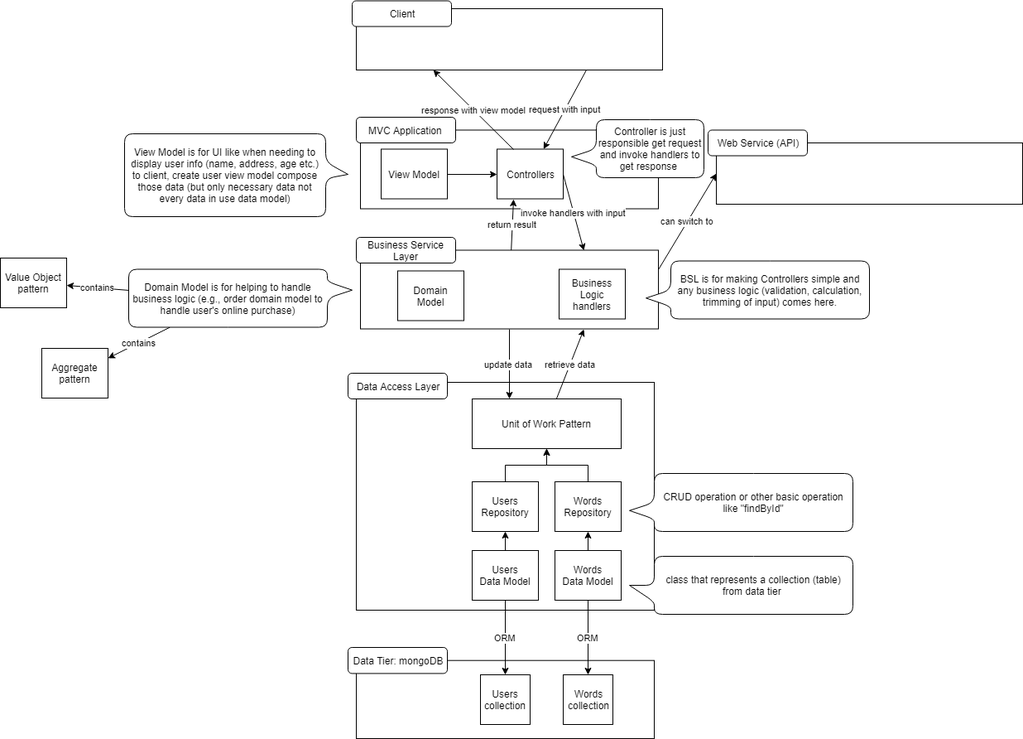
Above: vocabs.png in stsiwo/vocabs (draw.io), before the change. Source tidied: cells renumbered, new cells last; positions are measured from the earlier drawing's top-left corner, leaving out a move shared by most shapes.
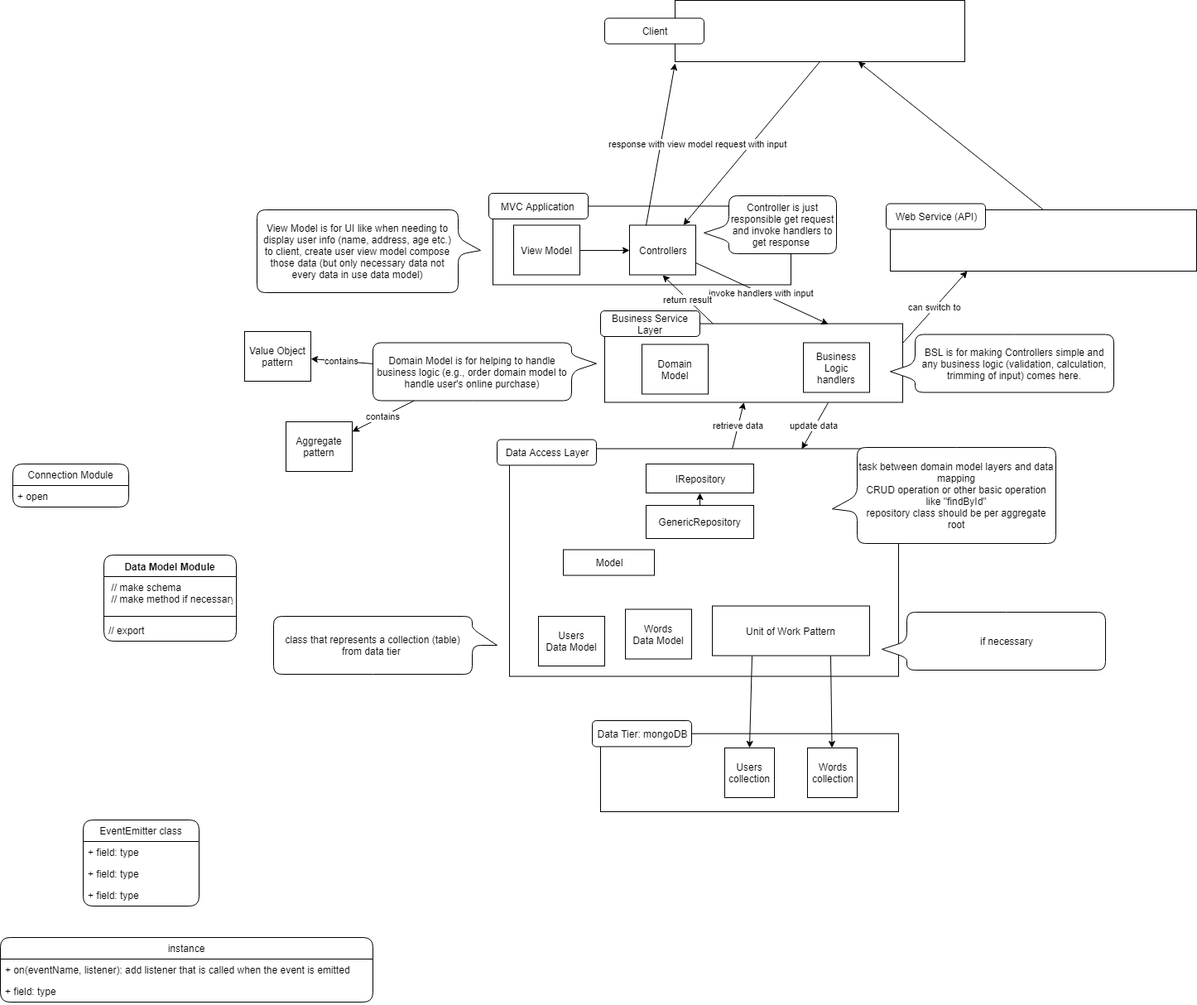
Above is the later version.

The edit, as a diff of the source:
```diff
@@ -3,38 +3,20 @@
     <mxCell id="0" />
     <mxCell id="1" parent="0" />
     <mxCell id="2" style="group;" parent="1" vertex="1">
-      <mxGeometry x="420" y="590" width="370" height="145" as="geometry" />
+      <mxGeometry x="420" y="581.5" width="370" height="145" as="geometry" />
     </mxCell>
     <mxCell id="3" style="rounded=0;whiteSpace=wrap;html=1;" parent="2" vertex="1">
-      <mxGeometry x="10" y="-130" width="360" height="275" as="geometry" />
+      <mxGeometry x="-100" y="-130" width="470" height="275" as="geometry" />
     </mxCell>
-    <mxCell id="4" style="edgeStyle=orthogonalEdgeStyle;rounded=0;html=1;exitX=0.5;exitY=0;jettySize=auto;" parent="2" edge="1" source="5" target="7">
-      <mxGeometry relative="1" as="geometry" />
-    </mxCell>
-    <mxCell id="5" value="Users&lt;br&gt;Data Model&lt;br&gt;" style="rounded=0;whiteSpace=wrap;html=1;" parent="2" vertex="1">
-      <mxGeometry x="150" y="73" width="80" height="60" as="geometry" />
-    </mxCell>
-    <mxCell id="6" style="edgeStyle=orthogonalEdgeStyle;rounded=0;html=1;exitX=0.5;exitY=0;jettySize=auto;" parent="2" edge="1" source="7" target="12">
-      <mxGeometry relative="1" as="geometry" />
-    </mxCell>
-    <mxCell id="7" value="Users&lt;br&gt;Repository&lt;br&gt;" style="rounded=0;whiteSpace=wrap;html=1;" parent="2" vertex="1">
-      <mxGeometry x="150" y="-10" width="80" height="60" as="geometry" />
-    </mxCell>
     <mxCell id="8" value="Words&lt;br&gt;Data Model&lt;br&gt;" style="rounded=0;whiteSpace=wrap;html=1;" parent="2" vertex="1">
-      <mxGeometry x="250" y="73" width="80" height="60" as="geometry" />
+      <mxGeometry x="40" y="64" width="80" height="60" as="geometry" />
     </mxCell>
-    <mxCell id="9" style="edgeStyle=orthogonalEdgeStyle;rounded=0;html=1;exitX=0.5;exitY=0;jettySize=auto;" parent="2" edge="1" source="10" target="12">
-      <mxGeometry relative="1" as="geometry" />
-    </mxCell>
-    <mxCell id="10" value="Words&lt;br&gt;Repository&lt;br&gt;" style="rounded=0;whiteSpace=wrap;html=1;" parent="2" vertex="1">
-      <mxGeometry x="250" y="-10" width="80" height="60" as="geometry" />
-    </mxCell>
-    <mxCell id="11" style="edgeStyle=orthogonalEdgeStyle;rounded=0;html=1;exitX=0.5;exitY=0;jettySize=auto;" parent="2" edge="1" source="8" target="10">
-      <mxGeometry relative="1" as="geometry" />
-    </mxCell>
     <mxCell id="12" value="Unit of Work Pattern" style="rounded=0;whiteSpace=wrap;html=1;" parent="2" vertex="1">
-      <mxGeometry x="150" y="-110" width="180" height="60" as="geometry" />
+      <mxGeometry x="145" y="60" width="190" height="60" as="geometry" />
     </mxCell>
+    <mxCell id="18" value="Data Access Layer" style="rounded=1;whiteSpace=wrap;html=1;" parent="2" vertex="1">
+      <mxGeometry x="-115" y="-141" width="120" height="31" as="geometry" />
+    </mxCell>
     <mxCell id="13" style="group;" parent="1" vertex="1">
       <mxGeometry x="420" y="780" width="370" height="110" as="geometry" />
     </mxCell>
@@ -50,14 +32,11 @@
     <mxCell id="17" value="Words&lt;br&gt;collection" style="rounded=0;whiteSpace=wrap;html=1;" parent="13" vertex="1">
       <mxGeometry x="260" y="33" width="60" height="60" as="geometry" />
     </mxCell>
-    <mxCell id="18" value="Data Access Layer" style="rounded=1;whiteSpace=wrap;html=1;" parent="1" vertex="1">
-      <mxGeometry x="420" y="449" width="120" height="31" as="geometry" />
-    </mxCell>
-    <mxCell id="19" value="class that represents a collection (table) from data tier&amp;nbsp;" style="shape=callout;whiteSpace=wrap;html=1;perimeter=calloutPerimeter;rounded=1;direction=south;" parent="1" vertex="1">
-      <mxGeometry x="760" y="670" width="270" height="70" as="geometry" />
+    <mxCell id="19" value="class that represents a collection (table) from data tier&amp;nbsp;" style="shape=callout;whiteSpace=wrap;html=1;perimeter=calloutPerimeter;rounded=1;direction=north;" parent="1" vertex="1">
+      <mxGeometry x="35" y="654" width="270" height="70" as="geometry" />
     </mxCell>
-    <mxCell id="20" value="CRUD operation or other basic operation like &quot;findById&quot;" style="shape=callout;whiteSpace=wrap;html=1;perimeter=calloutPerimeter;rounded=1;direction=south;position2=0.64;" parent="1" vertex="1">
-      <mxGeometry x="760" y="570" width="270" height="70" as="geometry" />
+    <mxCell id="20" value="task between domain model layers and data mapping&lt;br&gt;CRUD operation or other basic operation like &quot;findById&quot;&lt;br&gt;repository class should be per aggregate root&lt;br&gt;" style="shape=callout;whiteSpace=wrap;html=1;perimeter=calloutPerimeter;rounded=1;direction=south;position2=0.64;" parent="1" vertex="1">
+      <mxGeometry x="710" y="450" width="270" height="116" as="geometry" />
     </mxCell>
     <mxCell id="21" style="group;" parent="1" vertex="1">
       <mxGeometry x="425" y="250.5" width="370" height="149.5" as="geometry" />
@@ -74,62 +53,58 @@
     <mxCell id="25" value="Business Service Layer" style="rounded=1;whiteSpace=wrap;html=1;" parent="21" vertex="1">
       <mxGeometry x="5" y="34.5" width="120" height="31" as="geometry" />
     </mxCell>
-    <mxCell id="26" value="ORM" style="edgeStyle=orthogonalEdgeStyle;rounded=0;html=1;exitX=0.5;exitY=1;jettySize=auto;" parent="1" edge="1" source="5" target="16">
-      <mxGeometry relative="1" as="geometry" />
-    </mxCell>
-    <mxCell id="27" value="ORM" style="rounded=0;html=1;jettySize=auto;" parent="1" edge="1" source="8" target="17">
-      <mxGeometry relative="1" as="geometry" />
-    </mxCell>
-    <mxCell id="28" value="update data&amp;nbsp;" style="edgeStyle=none;rounded=0;html=1;exitX=0.5;exitY=1;jettySize=auto;entryX=0.25;entryY=0;" parent="1" edge="1" source="22" target="12">
+    <mxCell id="28" value="update data&amp;nbsp;" style="edgeStyle=none;rounded=0;html=1;exitX=0.75;exitY=1;jettySize=auto;entryX=0.75;entryY=0;" parent="1" edge="1" source="22" target="3">
       <mxGeometry relative="1" as="geometry" />
     </mxCell>
-    <mxCell id="29" value="retrieve data" style="edgeStyle=none;rounded=0;html=1;entryX=0.75;entryY=1;jettySize=auto;" parent="1" edge="1" source="12" target="22">
+    <mxCell id="29" value="retrieve data" style="edgeStyle=none;rounded=0;html=1;jettySize=auto;" parent="1" edge="1" source="3" target="22">
       <mxGeometry relative="1" as="geometry" />
     </mxCell>
     <mxCell id="30" style="group;" parent="1" vertex="1">
       <mxGeometry x="425" y="105.5" width="370" height="145" as="geometry" />
     </mxCell>
     <mxCell id="31" style="rounded=0;whiteSpace=wrap;html=1;" parent="30" vertex="1">
-      <mxGeometry x="10" y="50" width="360" height="95" as="geometry" />
+      <mxGeometry x="-125" y="53" width="360" height="95" as="geometry" />
     </mxCell>
     <mxCell id="32" style="edgeStyle=none;rounded=0;html=1;exitX=1;exitY=0.5;entryX=0;entryY=0.5;jettySize=auto;" parent="30" edge="1" source="33" target="34">
       <mxGeometry relative="1" as="geometry" />
     </mxCell>
     <mxCell id="33" value="View Model" style="rounded=0;whiteSpace=wrap;html=1;" parent="30" vertex="1">
-      <mxGeometry x="35" y="73" width="80" height="60" as="geometry" />
+      <mxGeometry x="-100" y="76" width="80" height="60" as="geometry" />
     </mxCell>
     <mxCell id="34" value="Controllers" style="rounded=0;whiteSpace=wrap;html=1;" parent="30" vertex="1">
-      <mxGeometry x="175" y="73" width="80" height="60" as="geometry" />
+      <mxGeometry x="40" y="76" width="80" height="60" as="geometry" />
     </mxCell>
     <mxCell id="35" value="MVC Application&amp;nbsp;" style="rounded=1;whiteSpace=wrap;html=1;" parent="30" vertex="1">
-      <mxGeometry x="5" y="34.5" width="120" height="31" as="geometry" />
+      <mxGeometry x="-130" y="37.5" width="120" height="31" as="geometry" />
     </mxCell>
-    <mxCell id="36" value="request with input" style="edgeStyle=none;rounded=0;html=1;exitX=0.75;exitY=1;jettySize=auto;" parent="1" edge="1" source="37" target="34">
+    <mxCell id="36" value="request with input" style="edgeStyle=none;rounded=0;html=1;jettySize=auto;exitX=0.5;exitY=1;" parent="1" edge="1" source="37" target="34">
       <mxGeometry relative="1" as="geometry" />
     </mxCell>
     <mxCell id="37" style="rounded=0;whiteSpace=wrap;html=1;" parent="1" vertex="1">
-      <mxGeometry x="430" y="9" width="370" height="74" as="geometry" />
+      <mxGeometry x="520" y="-90" width="350" height="74" as="geometry" />
     </mxCell>
     <mxCell id="38" value="Client" style="rounded=1;whiteSpace=wrap;html=1;" parent="1" vertex="1">
-      <mxGeometry x="425" y="-0.5" width="120" height="31" as="geometry" />
+      <mxGeometry x="435" y="-68.5" width="120" height="31" as="geometry" />
     </mxCell>
-    <mxCell id="39" value="invoke handlers with input" style="edgeStyle=none;rounded=0;html=1;exitX=1;exitY=0.5;entryX=0.75;entryY=0;jettySize=auto;" parent="1" edge="1" source="34" target="22">
+    <mxCell id="39" value="invoke handlers with input" style="edgeStyle=none;rounded=0;html=1;exitX=1;exitY=0.75;entryX=0.75;entryY=0;jettySize=auto;" parent="1" edge="1" source="34" target="22">
       <mxGeometry relative="1" as="geometry" />
     </mxCell>
-    <mxCell id="40" value="return result" style="edgeStyle=none;rounded=0;html=1;jettySize=auto;entryX=0.25;entryY=1;" parent="1" edge="1" source="22" target="34">
+    <mxCell id="40" value="return result" style="edgeStyle=none;rounded=0;html=1;jettySize=auto;entryX=0.5;entryY=1;" parent="1" edge="1" source="22" target="34">
       <mxGeometry relative="1" as="geometry" />
     </mxCell>
-    <mxCell id="41" value="response with view model" style="edgeStyle=none;rounded=0;html=1;exitX=0.25;exitY=0;entryX=0.25;entryY=1;jettySize=auto;" parent="1" edge="1" source="34" target="37">
-      <mxGeometry relative="1" as="geometry" />
+    <mxCell id="41" value="response with view model" style="edgeStyle=none;rounded=0;html=1;exitX=0.25;exitY=0;jettySize=auto;" parent="1" edge="1" source="34">
+      <mxGeometry relative="1" as="geometry">
+        <mxPoint x="520" y="-14" as="targetPoint" />
+      </mxGeometry>
     </mxCell>
     <mxCell id="42" value="BSL is for making Controllers simple and any business logic (validation, calculation, trimming of input) comes here." style="shape=callout;whiteSpace=wrap;html=1;perimeter=calloutPerimeter;rounded=1;direction=south;position2=0.64;" parent="1" vertex="1">
       <mxGeometry x="780" y="313.5" width="270" height="70" as="geometry" />
     </mxCell>
     <mxCell id="43" value="Controller is just responsible get request and invoke handlers to get response&amp;nbsp;" style="shape=callout;whiteSpace=wrap;html=1;perimeter=calloutPerimeter;rounded=1;direction=south;position2=0.64;" parent="1" vertex="1">
-      <mxGeometry x="690" y="143" width="160" height="70" as="geometry" />
+      <mxGeometry x="555" y="146" width="160" height="70" as="geometry" />
     </mxCell>
     <mxCell id="44" value="View Model is for UI like when needing to display user info (name, address, age etc.) to client, create user view model compose those data (but only necessary data not every data in use data model)" style="shape=callout;whiteSpace=wrap;html=1;perimeter=calloutPerimeter;rounded=1;direction=north;position2=0.51;size=27;position=0.46;" parent="1" vertex="1">
-      <mxGeometry x="150" y="160" width="270" height="100" as="geometry" />
+      <mxGeometry x="15" y="163" width="270" height="100" as="geometry" />
     </mxCell>
     <mxCell id="45" value="contains" style="edgeStyle=none;rounded=0;html=1;jettySize=auto;" parent="1" edge="1" source="47" target="48">
       <mxGeometry relative="1" as="geometry" />
@@ -146,14 +121,80 @@
     <mxCell id="49" value="Aggregate pattern" style="rounded=0;whiteSpace=wrap;html=1;" parent="1" vertex="1">
       <mxGeometry x="50" y="419" width="80" height="60" as="geometry" />
     </mxCell>
+    <mxCell id="53" style="edgeStyle=none;rounded=0;html=1;exitX=0.5;exitY=0;jettySize=auto;" parent="1" edge="1" source="50" target="37">
+      <mxGeometry relative="1" as="geometry" />
+    </mxCell>
     <mxCell id="50" style="rounded=0;whiteSpace=wrap;html=1;" parent="1" vertex="1">
-      <mxGeometry x="865" y="171" width="370" height="74" as="geometry" />
+      <mxGeometry x="780" y="163" width="370" height="74" as="geometry" />
     </mxCell>
     <mxCell id="51" value="Web Service (API)" style="rounded=1;whiteSpace=wrap;html=1;" parent="1" vertex="1">
-      <mxGeometry x="855" y="155.5" width="120" height="31" as="geometry" />
+      <mxGeometry x="775" y="155.5" width="120" height="31" as="geometry" />
     </mxCell>
-    <mxCell id="52" value="can switch to" style="edgeStyle=none;rounded=0;html=1;exitX=1;exitY=0.25;entryX=0;entryY=0.5;jettySize=auto;" parent="1" edge="1" source="22" target="50">
+    <mxCell id="52" value="can switch to" style="edgeStyle=none;rounded=0;html=1;exitX=1;exitY=0.25;entryX=0.25;entryY=1;jettySize=auto;" parent="1" edge="1" source="22" target="50">
       <mxGeometry relative="1" as="geometry" />
     </mxCell>
+    <mxCell id="54" value="EventEmitter class" style="swimlane;fontStyle=0;horizontal=1;startSize=26;fillColor=none;rounded=1;" parent="1" vertex="1">
+      <mxGeometry x="-195" y="900" width="140" height="104" as="geometry" />
+    </mxCell>
+    <mxCell id="55" value="+ field: type" style="text;strokeColor=none;fillColor=none;align=left;verticalAlign=top;spacingLeft=4;spacingRight=4;overflow=hidden;" parent="54" vertex="1">
+      <mxGeometry y="26" width="140" height="26" as="geometry" />
+    </mxCell>
+    <mxCell id="56" value="+ field: type" style="text;strokeColor=none;fillColor=none;align=left;verticalAlign=top;spacingLeft=4;spacingRight=4;overflow=hidden;" parent="54" vertex="1">
+      <mxGeometry y="52" width="140" height="26" as="geometry" />
+    </mxCell>
+    <mxCell id="57" value="+ field: type" style="text;strokeColor=none;fillColor=none;align=left;verticalAlign=top;spacingLeft=4;spacingRight=4;overflow=hidden;" parent="54" vertex="1">
+      <mxGeometry y="78" width="140" height="26" as="geometry" />
+    </mxCell>
+    <mxCell id="58" value="instance" style="swimlane;fontStyle=0;horizontal=1;startSize=26;fillColor=none;rounded=1;" parent="1" vertex="1">
+      <mxGeometry x="-295" y="1042" width="450" height="78" as="geometry" />
+    </mxCell>
+    <mxCell id="59" value="+ on(eventName, listener): add listener that is called when the event is emitted " style="text;strokeColor=none;fillColor=none;align=left;verticalAlign=top;spacingLeft=4;spacingRight=4;overflow=hidden;" parent="58" vertex="1">
+      <mxGeometry y="26" width="450" height="26" as="geometry" />
+    </mxCell>
+    <mxCell id="60" value="+ field: type" style="text;strokeColor=none;fillColor=none;align=left;verticalAlign=top;spacingLeft=4;spacingRight=4;overflow=hidden;" parent="58" vertex="1">
+      <mxGeometry y="52" width="450" height="26" as="geometry" />
+    </mxCell>
+    <mxCell id="61" value="Data Model Module" style="swimlane;fontStyle=1;align=center;verticalAlign=top;horizontal=1;startSize=26;rounded=1;" parent="1" vertex="1">
+      <mxGeometry x="-170" y="580" width="160" height="104" as="geometry" />
+    </mxCell>
+    <mxCell id="62" value=" // make schema &#10; // make method if necessary&#10;" style="text;strokeColor=none;fillColor=none;align=left;verticalAlign=top;spacingLeft=4;spacingRight=4;overflow=hidden;" parent="61" vertex="1">
+      <mxGeometry y="26" width="160" height="44" as="geometry" />
+    </mxCell>
+    <mxCell id="63" style="line;strokeWidth=1;fillColor=none;align=left;verticalAlign=middle;spacingTop=-1;spacingLeft=3;spacingRight=3;labelPosition=right;" parent="61" vertex="1">
+      <mxGeometry y="70" width="160" height="8" as="geometry" />
+    </mxCell>
+    <mxCell id="64" value="// export " style="text;strokeColor=none;fillColor=none;align=left;verticalAlign=top;spacingLeft=4;spacingRight=4;overflow=hidden;" parent="61" vertex="1">
+      <mxGeometry y="78" width="160" height="26" as="geometry" />
+    </mxCell>
+    <mxCell id="65" value="Connection Module" style="swimlane;fontStyle=0;horizontal=1;startSize=26;fillColor=none;rounded=1;" parent="1" vertex="1">
+      <mxGeometry x="-280" y="470" width="140" height="52" as="geometry" />
+    </mxCell>
+    <mxCell id="66" value="+ open" style="text;strokeColor=none;fillColor=none;align=left;verticalAlign=top;spacingLeft=4;spacingRight=4;overflow=hidden;" parent="65" vertex="1">
+      <mxGeometry y="26" width="140" height="26" as="geometry" />
+    </mxCell>
+    <mxCell id="67" value="if necessary" style="shape=callout;whiteSpace=wrap;html=1;perimeter=calloutPerimeter;rounded=1;direction=south;position2=0.64;" parent="1" vertex="1">
+      <mxGeometry x="770" y="649" width="270" height="70" as="geometry" />
+    </mxCell>
+    <mxCell id="5" value="Users&lt;br&gt;Data Model&lt;br&gt;" style="rounded=0;whiteSpace=wrap;html=1;" parent="1" vertex="1">
+      <mxGeometry x="355" y="654" width="80" height="60" as="geometry" />
+    </mxCell>
+    <mxCell id="68" style="edgeStyle=none;rounded=0;html=1;exitX=0.25;exitY=1;entryX=0.5;entryY=0;jettySize=auto;" parent="1" edge="1" source="12" target="16">
+      <mxGeometry relative="1" as="geometry" />
+    </mxCell>
+    <mxCell id="69" style="edgeStyle=none;rounded=0;html=1;exitX=0.75;exitY=1;jettySize=auto;" parent="1" edge="1" source="12" target="17">
+      <mxGeometry relative="1" as="geometry" />
+    </mxCell>
+    <mxCell id="70" value="IRepository" style="rounded=0;whiteSpace=wrap;html=1;" parent="1" vertex="1">
+      <mxGeometry x="485" y="470" width="130" height="35" as="geometry" />
+    </mxCell>
+    <mxCell id="71" style="edgeStyle=none;rounded=0;html=1;exitX=0.5;exitY=0;entryX=0.5;entryY=1;jettySize=auto;" parent="1" edge="1" source="72" target="70">
+      <mxGeometry relative="1" as="geometry" />
+    </mxCell>
+    <mxCell id="72" value="GenericRepository" style="rounded=0;whiteSpace=wrap;html=1;" parent="1" vertex="1">
+      <mxGeometry x="485" y="520" width="130" height="40" as="geometry" />
+    </mxCell>
+    <mxCell id="73" value="Model" style="rounded=0;whiteSpace=wrap;html=1;" parent="1" vertex="1">
+      <mxGeometry x="385" y="573.5" width="110" height="31" as="geometry" />
+    </mxCell>
   </root>
 </mxGraphModel>
```
